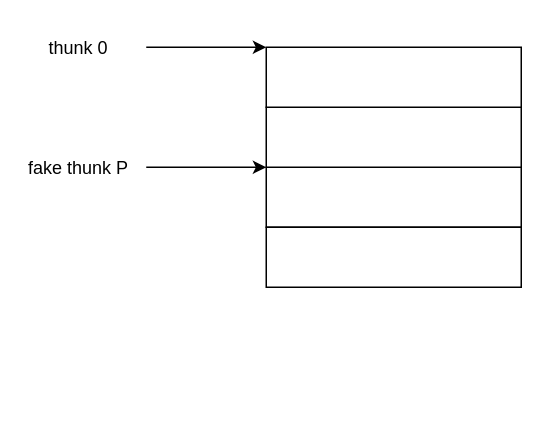
This is blog/unlink.drawio from Zephyrccc/ImageHostingService, a draw.io file, before an edit. Source tidied: cells renumbered, new cells numbered last; positions are measured from the earlier drawing's top-left corner, leaving out a move shared by most shapes. Both pictures are drawn from the tidied source at 150%, with x=0, y=0 at pixel (26, 26).
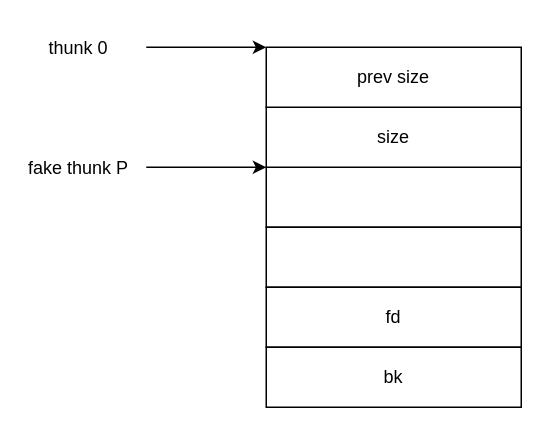
The same page after the edit.

What changed in the source:
```diff
@@
 <mxGraphModel>
   <root>
     <mxCell id="0" />
     <mxCell id="1" parent="0" />
     <mxCell id="2" style="rounded=0;whiteSpace=wrap;html=1;" parent="1" vertex="1">
       <mxGeometry x="160" y="94" width="170" height="40" as="geometry" />
     </mxCell>
     <mxCell id="3" style="rounded=0;whiteSpace=wrap;html=1;" parent="1" vertex="1">
       <mxGeometry x="160" y="134" width="170" height="40" as="geometry" />
     </mxCell>
     <mxCell id="4" style="endArrow=classic;html=1;rounded=0;entryX=0;entryY=0;entryDx=0;entryDy=0;" parent="1" edge="1" target="2">
       <mxGeometry relative="1" as="geometry">
         <mxPoint x="80" y="94" as="sourcePoint" />
       </mxGeometry>
     </mxCell>
     <mxCell id="5" value="fake thunk &lt;span style=&quot;white-space: pre&quot;&gt;P&lt;/span&gt;" style="text;html=1;strokeColor=none;fillColor=none;align=center;verticalAlign=middle;whiteSpace=wrap;rounded=0;" parent="1" vertex="1">
       <mxGeometry y="80" width="70" height="30" as="geometry" />
     </mxCell>
-    <mxCell id="6" style="rounded=0;whiteSpace=wrap;html=1;" parent="1" vertex="1">
+    <mxCell id="6" value="size" style="rounded=0;whiteSpace=wrap;html=1;" parent="1" vertex="1">
       <mxGeometry x="160" y="54" width="170" height="40" as="geometry" />
     </mxCell>
-    <mxCell id="7" style="rounded=0;whiteSpace=wrap;html=1;" parent="1" vertex="1">
+    <mxCell id="7" value="prev size" style="rounded=0;whiteSpace=wrap;html=1;" parent="1" vertex="1">
       <mxGeometry x="160" y="14" width="170" height="40" as="geometry" />
     </mxCell>
     <mxCell id="8" value="thunk 0" style="text;html=1;strokeColor=none;fillColor=none;align=center;verticalAlign=middle;whiteSpace=wrap;rounded=0;" parent="1" vertex="1">
       <mxGeometry width="70" height="30" as="geometry" />
     </mxCell>
     <mxCell id="9" style="endArrow=classic;html=1;rounded=0;entryX=0;entryY=0;entryDx=0;entryDy=0;" parent="1" edge="1">
       <mxGeometry relative="1" as="geometry">
         <mxPoint x="80" y="14" as="sourcePoint" />
         <mxPoint x="160" y="14" as="targetPoint" />
       </mxGeometry>
     </mxCell>
+    <mxCell id="10" value="fd" style="rounded=0;whiteSpace=wrap;html=1;" parent="1" vertex="1">
+      <mxGeometry x="160" y="174" width="170" height="40" as="geometry" />
+    </mxCell>
+    <mxCell id="11" value="bk" style="rounded=0;whiteSpace=wrap;html=1;" parent="1" vertex="1">
+      <mxGeometry x="160" y="214" width="170" height="40" as="geometry" />
+    </mxCell>
   </root>
 </mxGraphModel>
```
